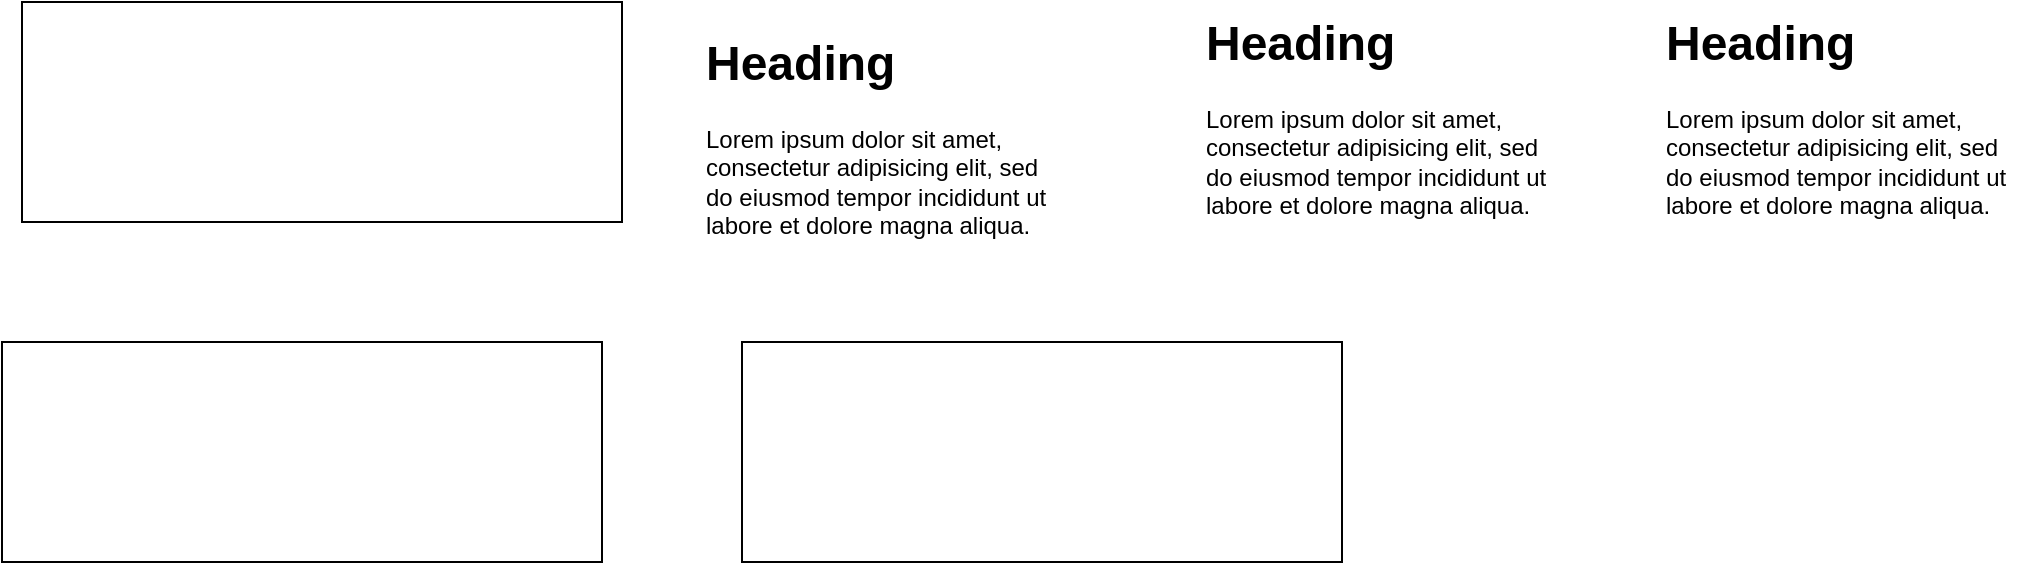
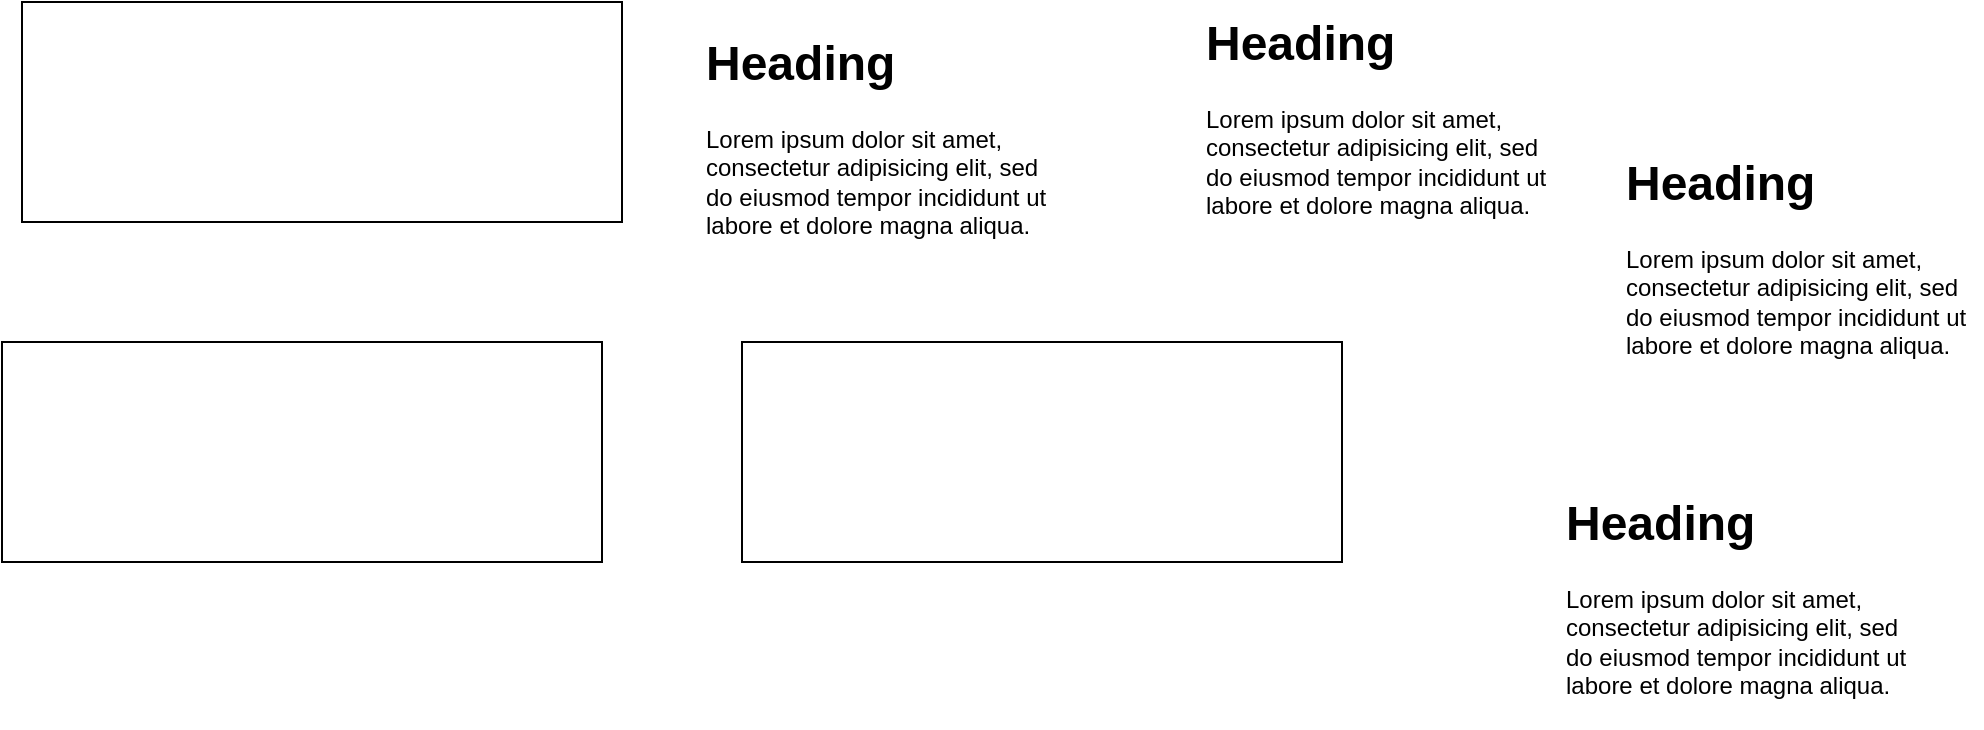
<mxfile host="localhost" agent="Mozilla/5.0 (Macintosh; Intel Mac OS X 10_15_7) AppleWebKit/537.36 (KHTML, like Gecko) Chrome/147.0.0.0 Safari/537.36">
  <diagram name="Página-1" id="PpJXZ58JPKweFJ5g2vKQ">
-     <mxGraphModel dx="1239" dy="633" grid="1" gridSize="10" guides="1" tooltips="1" connect="1" arrows="1" fold="1" page="1" pageScale="1" pageWidth="827" pageHeight="1169" math="0" shadow="0">
+     <mxGraphModel dx="1032" dy="900" grid="1" gridSize="10" guides="1" tooltips="1" connect="1" arrows="1" fold="1" page="1" pageScale="1" pageWidth="827" pageHeight="1169" math="0" shadow="0">
      <root>
        <mxCell id="0" />
        <mxCell id="1" parent="0" />
        <mxCell id="0c2okGh_P4Jde1He3tue-1" parent="1" style="rounded=0;whiteSpace=wrap;html=1;" value="" vertex="1">
          <mxGeometry height="110" width="300" x="180" y="120" as="geometry" />
        </mxCell>
        <mxCell id="0c2okGh_P4Jde1He3tue-2" parent="1" style="rounded=0;whiteSpace=wrap;html=1;" value="" vertex="1">
          <mxGeometry height="110" width="300" x="170" y="290" as="geometry" />
        </mxCell>
        <mxCell id="0c2okGh_P4Jde1He3tue-3" parent="1" style="text;html=1;whiteSpace=wrap;overflow=hidden;rounded=0;" value="&lt;h1 style=&quot;margin-top: 0px;&quot;&gt;Heading&lt;/h1&gt;&lt;p&gt;Lorem ipsum dolor sit amet, consectetur adipisicing elit, sed do eiusmod tempor incididunt ut labore et dolore magna aliqua.&lt;/p&gt;" vertex="1">
          <mxGeometry height="120" width="180" x="520" y="130" as="geometry" />
        </mxCell>
        <mxCell id="0c2okGh_P4Jde1He3tue-4" parent="1" style="rounded=0;whiteSpace=wrap;html=1;" value="" vertex="1">
          <mxGeometry height="110" width="300" x="540" y="290" as="geometry" />
        </mxCell>
        <mxCell id="AVF8oEmGqcoMN1feT7gT-1" parent="1" style="text;html=1;whiteSpace=wrap;overflow=hidden;rounded=0;" value="&lt;h1 style=&quot;margin-top: 0px;&quot;&gt;Heading&lt;/h1&gt;&lt;p&gt;Lorem ipsum dolor sit amet, consectetur adipisicing elit, sed do eiusmod tempor incididunt ut labore et dolore magna aliqua.&lt;/p&gt;" vertex="1">
          <mxGeometry height="120" width="180" x="770" y="120" as="geometry" />
        </mxCell>
-         <mxCell id="faJUVJwyH3vvViO4HGVn-1" parent="1" style="text;html=1;whiteSpace=wrap;overflow=hidden;rounded=0;" value="&lt;h1 style=&quot;margin-top: 0px;&quot;&gt;Heading&lt;/h1&gt;&lt;p&gt;Lorem ipsum dolor sit amet, consectetur adipisicing elit, sed do eiusmod tempor incididunt ut labore et dolore magna aliqua.&lt;/p&gt;" vertex="1">
-           <mxGeometry height="120" width="180" x="1000" y="120" as="geometry" />
+         <mxCell id="faJUVJwyH3vvViO4HGVn-1" parent="1" style="text;html=1;whiteSpace=wrap;overflow=hidden;rounded=0;fontFamily=Helvetica;fontSize=12;fontColor=default;" value="&lt;h1 style=&quot;margin-top: 0px;&quot;&gt;Heading&lt;/h1&gt;&lt;p&gt;Lorem ipsum dolor sit amet, consectetur adipisicing elit, sed do eiusmod tempor incididunt ut labore et dolore magna aliqua.&lt;/p&gt;" vertex="1">
+           <mxGeometry height="120" width="180" x="980" y="190" as="geometry" />
+         </mxCell>
+         <mxCell id="MfAx9cMXDbA3-_S4UvpU-1" parent="1" style="text;html=1;whiteSpace=wrap;overflow=hidden;rounded=0;fontFamily=Helvetica;fontSize=12;fontColor=default;" value="&lt;h1 style=&quot;margin-top: 0px;&quot;&gt;Heading&lt;/h1&gt;&lt;p&gt;Lorem ipsum dolor sit amet, consectetur adipisicing elit, sed do eiusmod tempor incididunt ut labore et dolore magna aliqua.&lt;/p&gt;" vertex="1">
+           <mxGeometry height="120" width="180" x="950" y="360" as="geometry" />
        </mxCell>
      </root>
    </mxGraphModel>
  </diagram>
</mxfile>
